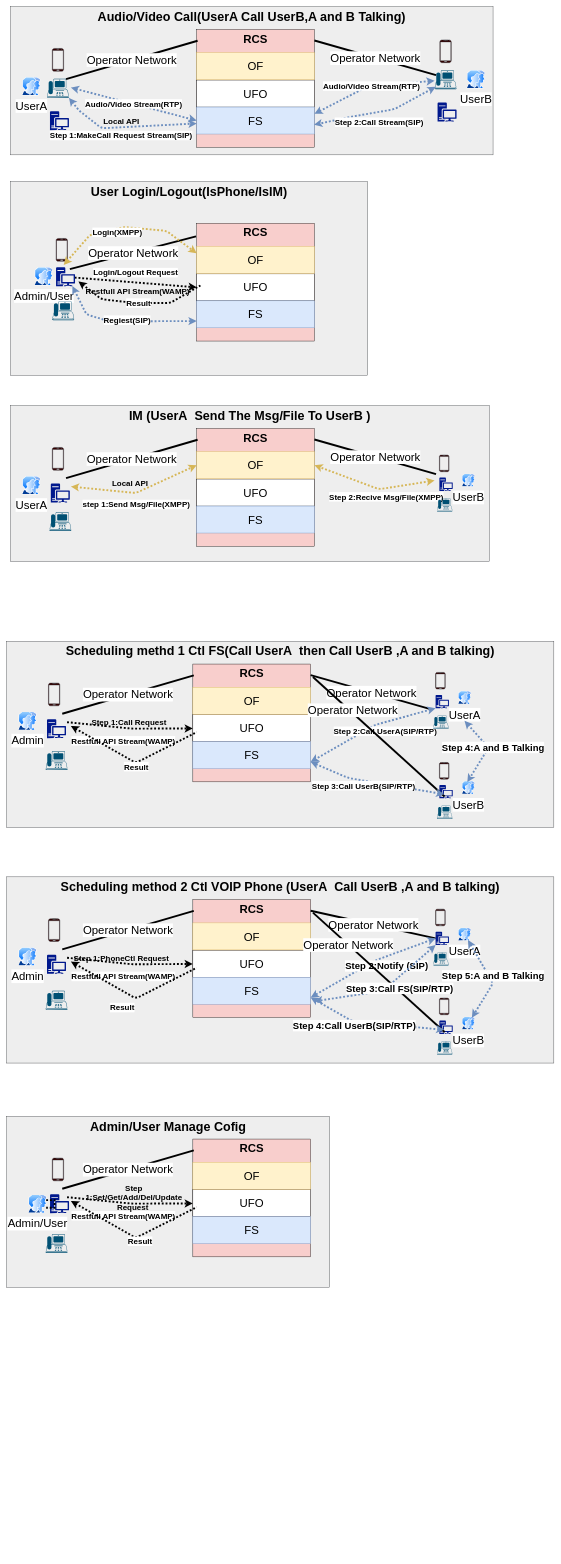
The draw.io diagram RCS 数据流图.drawio in uyuy2043/yy, before the edit. Source tidied: cells renumbered, new cells numbered last; positions are measured from the earlier drawing's top-left corner, leaving out a move shared by most shapes. Both pictures are drawn from the tidied source at 38%, with x=0, y=0 at pixel (6, 6).
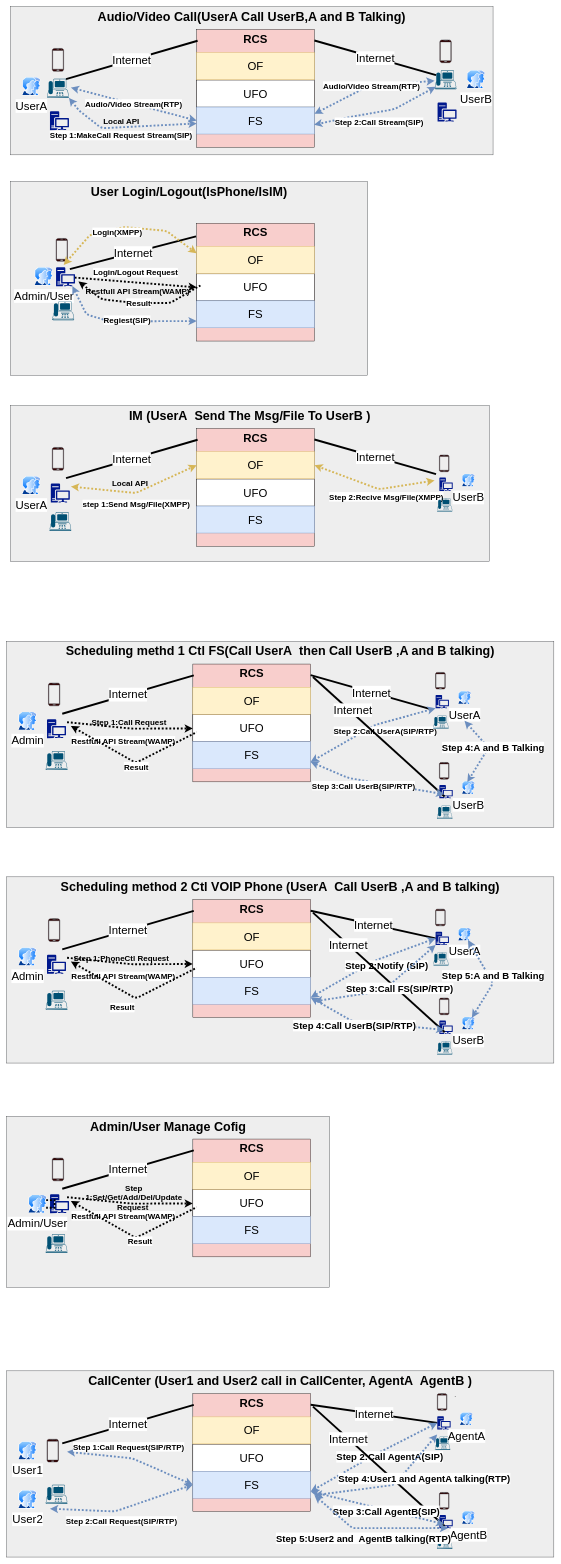
The same diagram, later.

Commit message (it also covers changes not shown here):
更新RCS 数据流图.drawio

The change refers to these unchanged cells:
```xml
<mxCell id="8" style="points=[[0.59,0,0],[0.87,0.015,0],[0.88,0.3,0],[0.99,0.99,0],[0.5,1,0],[0.01,0.99,0],[0.075,0.5,0],[0.17,0.115,0]];verticalLabelPosition=bottom;html=1;verticalAlign=top;align=center;shape=mxgraph.cisco19.ip_phone;fillColor=#005073;strokeColor=none;" parent="1" vertex="1">
  <mxGeometry x="106.2" y="190" width="57.5" height="50" as="geometry" />
</mxCell>
<mxCell id="14" value="RCS" style="whiteSpace=wrap;html=1;rounded=0;fillColor=#F8CECC;fontSize=30;align=center;fontStyle=1;verticalAlign=top;" parent="13" vertex="1">
  <mxGeometry width="310" height="310" as="geometry" />
</mxCell>
<mxCell id="22" style="points=[[0.59,0,0],[0.87,0.015,0],[0.88,0.3,0],[0.99,0.99,0],[0.5,1,0],[0.01,0.99,0],[0.075,0.5,0],[0.17,0.115,0]];verticalLabelPosition=bottom;html=1;verticalAlign=top;align=center;shape=mxgraph.cisco19.ip_phone;fillColor=#005073;strokeColor=none;" parent="1" vertex="1">
  <mxGeometry x="1126.2" y="167.5" width="57.5" height="50" as="geometry" />
</mxCell>
<mxCell id="29" value="RCS" style="whiteSpace=wrap;html=1;rounded=0;fillColor=#F8CECC;fontSize=30;align=center;fontStyle=1;verticalAlign=top;" parent="28" vertex="1">
  <mxGeometry width="310" height="310" as="geometry" />
</mxCell>
<mxCell id="40" value="RCS" style="whiteSpace=wrap;html=1;rounded=0;fillColor=#F8CECC;fontSize=30;align=center;fontStyle=1;verticalAlign=top;" parent="39" vertex="1">
  <mxGeometry width="310" height="310" as="geometry" />
</mxCell>
<mxCell id="65" value="RCS" style="whiteSpace=wrap;html=1;rounded=0;fillColor=#F8CECC;fontSize=30;align=center;fontStyle=1;verticalAlign=top;" parent="64" vertex="1">
  <mxGeometry width="310" height="310" as="geometry" />
</mxCell>
<mxCell id="87" value="RCS" style="whiteSpace=wrap;html=1;rounded=0;fillColor=#F8CECC;fontSize=30;align=center;fontStyle=1;verticalAlign=top;" parent="86" vertex="1">
  <mxGeometry width="310" height="310" as="geometry" />
</mxCell>
<mxCell id="97" style="shadow=0;dashed=0;html=1;strokeColor=none;labelPosition=center;verticalLabelPosition=bottom;verticalAlign=top;align=center;fillColor=#00188D;shape=mxgraph.mscae.enterprise.workstation_client;rounded=0;fontSize=30;" parent="94" vertex="1">
  <mxGeometry x="6.3" y="59.3" width="35.1" height="35.1" as="geometry" />
</mxCell>
<mxCell id="122" value="RCS" style="whiteSpace=wrap;html=1;rounded=0;fillColor=#F8CECC;fontSize=30;align=center;fontStyle=1;verticalAlign=top;" parent="121" vertex="1">
  <mxGeometry width="310" height="310" as="geometry" />
</mxCell>
```

Diff of the diagram source:
```diff
@@
-    <mxCell id="18" value="Operator Network" style="endArrow=none;html=1;strokeWidth=5;fontSize=30;entryX=0.008;entryY=0.096;entryDx=0;entryDy=0;entryPerimeter=0;exitX=0.87;exitY=0.015;exitDx=0;exitDy=0;exitPerimeter=0;" parent="1" edge="1" source="8" target="14">
+    <mxCell id="18" value="Internet" style="endArrow=none;html=1;strokeWidth=5;fontSize=30;entryX=0.008;entryY=0.096;entryDx=0;entryDy=0;entryPerimeter=0;exitX=0.87;exitY=0.015;exitDx=0;exitDy=0;exitPerimeter=0;" parent="1" edge="1" source="8" target="14">
       <mxGeometry relative="1" as="geometry" />
     </mxCell>
@@
-    <mxCell id="24" value="Operator Network" style="endArrow=none;html=1;strokeWidth=5;fontSize=30;entryX=1;entryY=0.094;entryDx=0;entryDy=0;entryPerimeter=0;exitX=0.065;exitY=0.25;exitDx=0;exitDy=0;exitPerimeter=0;" parent="1" edge="1" source="22" target="14">
+    <mxCell id="24" value="Internet" style="endArrow=none;html=1;strokeWidth=5;fontSize=30;entryX=1;entryY=0.094;entryDx=0;entryDy=0;entryPerimeter=0;exitX=0.065;exitY=0.25;exitDx=0;exitDy=0;exitPerimeter=0;" parent="1" edge="1" source="22" target="14">
       <mxGeometry relative="1" as="geometry" />
     </mxCell>
@@
-    <mxCell id="27" value="Operator Network" style="endArrow=none;html=1;strokeWidth=5;fontSize=30;entryX=-0.005;entryY=0.111;entryDx=0;entryDy=0;entryPerimeter=0;exitX=0.87;exitY=0.015;exitDx=0;exitDy=0;exitPerimeter=0;" parent="1" edge="1" target="29">
+    <mxCell id="27" value="Internet" style="endArrow=none;html=1;strokeWidth=5;fontSize=30;entryX=-0.005;entryY=0.111;entryDx=0;entryDy=0;entryPerimeter=0;exitX=0.87;exitY=0.015;exitDx=0;exitDy=0;exitPerimeter=0;" parent="1" edge="1" target="29">
       <mxGeometry relative="1" as="geometry">
         <mxPoint x="166.3" y="690.8" as="sourcePoint" />
       </mxGeometry>
     </mxCell>
@@
-    <mxCell id="44" value="Operator Network" style="endArrow=none;html=1;strokeWidth=5;fontSize=30;entryX=0.008;entryY=0.096;entryDx=0;entryDy=0;entryPerimeter=0;exitX=0.87;exitY=0.015;exitDx=0;exitDy=0;exitPerimeter=0;" parent="1" edge="1" target="40">
+    <mxCell id="44" value="Internet" style="endArrow=none;html=1;strokeWidth=5;fontSize=30;entryX=0.008;entryY=0.096;entryDx=0;entryDy=0;entryPerimeter=0;exitX=0.87;exitY=0.015;exitDx=0;exitDy=0;exitPerimeter=0;" parent="1" edge="1" target="40">
       <mxGeometry relative="1" as="geometry">
         <mxPoint x="146.3" y="1860.8" as="sourcePoint" />
       </mxGeometry>
     </mxCell>
-    <mxCell id="45" value="Operator Network" style="endArrow=none;html=1;strokeWidth=5;fontSize=30;entryX=1;entryY=0.094;entryDx=0;entryDy=0;entryPerimeter=0;exitX=0.065;exitY=0.25;exitDx=0;exitDy=0;exitPerimeter=0;" parent="1" edge="1" target="40">
+    <mxCell id="45" value="Internet" style="endArrow=none;html=1;strokeWidth=5;fontSize=30;entryX=1;entryY=0.094;entryDx=0;entryDy=0;entryPerimeter=0;exitX=0.065;exitY=0.25;exitDx=0;exitDy=0;exitPerimeter=0;" parent="1" edge="1" target="40">
       <mxGeometry relative="1" as="geometry">
         <mxPoint x="1120" y="1850" as="sourcePoint" />
       </mxGeometry>
     </mxCell>
@@
-    <mxCell id="57" value="Operator Network" style="endArrow=none;html=1;strokeWidth=5;fontSize=30;entryX=1;entryY=0.094;entryDx=0;entryDy=0;entryPerimeter=0;exitX=0.5;exitY=1;exitDx=0;exitDy=0;exitPerimeter=0;" parent="1" edge="1">
+    <mxCell id="57" value="Internet" style="endArrow=none;html=1;strokeWidth=5;fontSize=30;entryX=1;entryY=0.094;entryDx=0;entryDy=0;entryPerimeter=0;exitX=0.5;exitY=1;exitDx=0;exitDy=0;exitPerimeter=0;" parent="1" edge="1">
       <mxGeometry x="0.42" y="-6" relative="1" as="geometry">
         <mxPoint x="1152.4" y="2078.4" as="sourcePoint" />
         <mxPoint x="806" y="1764.1" as="targetPoint" />
       </mxGeometry>
     </mxCell>
@@
-    <mxCell id="69" value="Operator Network" style="endArrow=none;html=1;strokeWidth=5;fontSize=30;entryX=0.008;entryY=0.096;entryDx=0;entryDy=0;entryPerimeter=0;exitX=0.87;exitY=0.015;exitDx=0;exitDy=0;exitPerimeter=0;" parent="1" edge="1" target="65">
+    <mxCell id="69" value="Internet" style="endArrow=none;html=1;strokeWidth=5;fontSize=30;entryX=0.008;entryY=0.096;entryDx=0;entryDy=0;entryPerimeter=0;exitX=0.87;exitY=0.015;exitDx=0;exitDy=0;exitPerimeter=0;" parent="1" edge="1" target="65">
       <mxGeometry relative="1" as="geometry">
         <mxPoint x="156.3" y="1240.8" as="sourcePoint" />
       </mxGeometry>
     </mxCell>
-    <mxCell id="70" value="Operator Network" style="endArrow=none;html=1;strokeWidth=5;fontSize=30;entryX=1;entryY=0.094;entryDx=0;entryDy=0;entryPerimeter=0;exitX=0.065;exitY=0.25;exitDx=0;exitDy=0;exitPerimeter=0;" parent="1" edge="1" target="65">
+    <mxCell id="70" value="Internet" style="endArrow=none;html=1;strokeWidth=5;fontSize=30;entryX=1;entryY=0.094;entryDx=0;entryDy=0;entryPerimeter=0;exitX=0.065;exitY=0.25;exitDx=0;exitDy=0;exitPerimeter=0;" parent="1" edge="1" target="65">
       <mxGeometry relative="1" as="geometry">
         <mxPoint x="1130" y="1230" as="sourcePoint" />
       </mxGeometry>
     </mxCell>
@@
-    <mxCell id="91" value="Operator Network" style="endArrow=none;html=1;strokeWidth=5;fontSize=30;entryX=0.008;entryY=0.096;entryDx=0;entryDy=0;entryPerimeter=0;exitX=0.87;exitY=0.015;exitDx=0;exitDy=0;exitPerimeter=0;" parent="1" edge="1" target="87">
+    <mxCell id="91" value="Internet" style="endArrow=none;html=1;strokeWidth=5;fontSize=30;entryX=0.008;entryY=0.096;entryDx=0;entryDy=0;entryPerimeter=0;exitX=0.87;exitY=0.015;exitDx=0;exitDy=0;exitPerimeter=0;" parent="1" edge="1" target="87">
       <mxGeometry relative="1" as="geometry">
         <mxPoint x="146.3" y="2480.8" as="sourcePoint" />
       </mxGeometry>
     </mxCell>
-    <mxCell id="92" value="Operator Network" style="endArrow=none;html=1;strokeWidth=5;fontSize=30;entryX=1;entryY=0.094;entryDx=0;entryDy=0;entryPerimeter=0;exitX=0;exitY=0.5;exitDx=0;exitDy=0;exitPerimeter=0;" parent="1" edge="1" source="97" target="87">
+    <mxCell id="92" value="Internet" style="endArrow=none;html=1;strokeWidth=5;fontSize=30;entryX=1;entryY=0.094;entryDx=0;entryDy=0;entryPerimeter=0;exitX=0;exitY=0.5;exitDx=0;exitDy=0;exitPerimeter=0;" parent="1" edge="1" source="97" target="87">
       <mxGeometry relative="1" as="geometry" />
     </mxCell>
@@
-    <mxCell id="104" value="Operator Network" style="endArrow=none;html=1;strokeWidth=5;fontSize=30;entryX=1;entryY=0.094;entryDx=0;entryDy=0;entryPerimeter=0;exitX=0.5;exitY=1;exitDx=0;exitDy=0;exitPerimeter=0;" parent="1" edge="1">
+    <mxCell id="104" value="Internet" style="endArrow=none;html=1;strokeWidth=5;fontSize=30;entryX=1;entryY=0.094;entryDx=0;entryDy=0;entryPerimeter=0;exitX=0.5;exitY=1;exitDx=0;exitDy=0;exitPerimeter=0;" parent="1" edge="1">
       <mxGeometry x="0.46" relative="1" as="geometry">
         <mxPoint x="1152.4" y="2698.4" as="sourcePoint" />
         <mxPoint x="806" y="2384.1" as="targetPoint" />
         <mxPoint x="-1" as="offset" />
       </mxGeometry>
     </mxCell>
@@
-    <mxCell id="126" value="Operator Network" style="endArrow=none;html=1;strokeWidth=5;fontSize=30;entryX=0.008;entryY=0.096;entryDx=0;entryDy=0;entryPerimeter=0;exitX=0.87;exitY=0.015;exitDx=0;exitDy=0;exitPerimeter=0;" parent="1" edge="1" target="122">
+    <mxCell id="126" value="Internet" style="endArrow=none;html=1;strokeWidth=5;fontSize=30;entryX=0.008;entryY=0.096;entryDx=0;entryDy=0;entryPerimeter=0;exitX=0.87;exitY=0.015;exitDx=0;exitDy=0;exitPerimeter=0;" parent="1" edge="1" target="122">
       <mxGeometry relative="1" as="geometry">
         <mxPoint x="146.3" y="3110.8" as="sourcePoint" />
       </mxGeometry>
     </mxCell>
@@
+    <mxCell id="133" value="CallCenter (User1 and User2 call in CallCenter, AgentA&amp;nbsp; AgentB )" style="rounded=0;whiteSpace=wrap;html=1;fillColor=#eeeeee;strokeColor=#36393d;horizontal=1;align=center;verticalAlign=top;fontSize=33;fontStyle=1;" parent="1" vertex="1">
+      <mxGeometry y="3590" width="1440" height="490" as="geometry" />
+    </mxCell>
+    <mxCell id="134" style="verticalLabelPosition=bottom;verticalAlign=top;html=1;shadow=0;dashed=0;strokeWidth=1;shape=mxgraph.android.phone2;strokeColor=#36393d;fillColor=#330000;" parent="1" vertex="1">
+      <mxGeometry x="106.2" y="3770" width="30" height="60" as="geometry" />
+    </mxCell>
+    <mxCell id="135" value="User1" style="perimeter=ellipsePerimeter;html=1;align=center;shadow=0;dashed=0;spacingTop=3;image;image=img/lib/active_directory/user_accounts.svg;fillColor=#330000;fontSize=30;" parent="1" vertex="1">
+      <mxGeometry x="30" y="3775.8" width="50" height="48.5" as="geometry" />
+    </mxCell>
+    <mxCell id="136" value="User2" style="perimeter=ellipsePerimeter;html=1;align=center;shadow=0;dashed=0;spacingTop=3;image;image=img/lib/active_directory/user_accounts.svg;fillColor=#330000;fontSize=30;" parent="1" vertex="1">
+      <mxGeometry x="30" y="3904.2" width="50" height="48.5" as="geometry" />
+    </mxCell>
+    <mxCell id="137" style="perimeter=ellipsePerimeter;html=1;align=center;shadow=0;dashed=0;spacingTop=3;image;image=img/lib/active_directory/user_accounts.svg;fillColor=#330000;fontSize=30;" parent="1" vertex="1">
+      <mxGeometry x="30" y="3904.2" width="50" height="48.5" as="geometry" />
+    </mxCell>
+    <mxCell id="138" value="Step 1:Call Request(SIP/RTP)" style="endArrow=classic;html=1;fontSize=21;strokeWidth=5;exitX=1.091;exitY=0.46;exitDx=0;exitDy=0;exitPerimeter=0;startArrow=classic;startFill=1;dashed=1;dashPattern=1 1;fontStyle=1;entryX=0;entryY=0.5;entryDx=0;entryDy=0;fillColor=#dae8fc;strokeColor=#6c8ebf;" parent="1" edge="1" target="142">
+      <mxGeometry x="-0.08" y="29" relative="1" as="geometry">
+        <mxPoint x="159" y="3803" as="sourcePoint" />
+        <Array as="points">
+          <mxPoint x="330" y="3820" />
+        </Array>
+        <mxPoint x="1" as="offset" />
+      </mxGeometry>
+    </mxCell>
+    <mxCell id="139" style="group;" parent="1" vertex="1">
+      <mxGeometry x="490" y="3650" width="310" height="310" as="geometry" />
+    </mxCell>
+    <mxCell id="140" value="RCS" style="whiteSpace=wrap;html=1;rounded=0;fillColor=#F8CECC;fontSize=30;align=center;fontStyle=1;verticalAlign=top;" parent="139" vertex="1">
+      <mxGeometry width="310" height="310" as="geometry" />
+    </mxCell>
+    <mxCell id="141" value="UFO" style="rounded=0;whiteSpace=wrap;html=1;fontSize=30;align=center;" parent="139" vertex="1">
+      <mxGeometry y="133.2" width="310" height="71" as="geometry" />
+    </mxCell>
+    <mxCell id="142" value="FS" style="rounded=0;whiteSpace=wrap;html=1;fillColor=#dae8fc;fontSize=30;align=center;strokeColor=#6c8ebf;" parent="139" vertex="1">
+      <mxGeometry y="204.2" width="310" height="71" as="geometry" />
+    </mxCell>
+    <mxCell id="143" value="OF" style="rounded=0;whiteSpace=wrap;html=1;fillColor=#fff2cc;fontSize=30;align=center;strokeColor=#d6b656;" parent="139" vertex="1">
+      <mxGeometry y="61.2" width="310" height="71" as="geometry" />
+    </mxCell>
+    <mxCell id="144" value="Internet" style="endArrow=none;html=1;strokeWidth=5;fontSize=30;entryX=0.008;entryY=0.096;entryDx=0;entryDy=0;entryPerimeter=0;exitX=0.87;exitY=0.015;exitDx=0;exitDy=0;exitPerimeter=0;" parent="1" edge="1" target="140">
+      <mxGeometry relative="1" as="geometry">
+        <mxPoint x="146.3" y="3780.8" as="sourcePoint" />
+      </mxGeometry>
+    </mxCell>
+    <mxCell id="145" value="Internet" style="endArrow=none;html=1;strokeWidth=5;fontSize=30;entryX=1;entryY=0.094;entryDx=0;entryDy=0;entryPerimeter=0;exitX=0;exitY=0.5;exitDx=0;exitDy=0;exitPerimeter=0;" parent="1" edge="1" source="150" target="140">
+      <mxGeometry relative="1" as="geometry" />
+    </mxCell>
+    <mxCell id="146" value="Step 2:Call AgentA(SIP)" style="endArrow=classic;html=1;fontSize=25;strokeWidth=5;startArrow=classic;startFill=1;dashed=1;dashPattern=1 1;fontStyle=1;entryX=1;entryY=0.75;entryDx=0;entryDy=0;fillColor=#dae8fc;strokeColor=#6c8ebf;exitX=0;exitY=0.5;exitDx=0;exitDy=0;exitPerimeter=0;" parent="1" edge="1" source="150" target="142">
+      <mxGeometry x="-0.2" y="23" relative="1" as="geometry">
+        <Array as="points">
+          <mxPoint x="970" y="3810" />
+        </Array>
+      </mxGeometry>
+    </mxCell>
+    <mxCell id="147" value="`" style="group;" parent="1" vertex="1">
+      <mxGeometry x="1127" y="3650" width="107.5" height="150" as="geometry" />
+    </mxCell>
+    <mxCell id="148" value="AgentA" style="perimeter=ellipsePerimeter;html=1;align=center;shadow=0;dashed=0;spacingTop=3;image;image=img/lib/active_directory/user_accounts.svg;fillColor=#330000;fontSize=30;" parent="147" vertex="1">
+      <mxGeometry x="65.3" y="49.4" width="35.1" height="34.1" as="geometry" />
+    </mxCell>
+    <mxCell id="149" style="verticalLabelPosition=bottom;verticalAlign=top;html=1;shadow=0;dashed=0;strokeWidth=1;shape=mxgraph.android.phone2;strokeColor=#36393d;fillColor=#330000;" parent="147" vertex="1">
+      <mxGeometry x="6.3" width="25.3" height="43.9" as="geometry" />
+    </mxCell>
+    <mxCell id="150" style="shadow=0;dashed=0;html=1;strokeColor=none;labelPosition=center;verticalLabelPosition=bottom;verticalAlign=top;align=center;fillColor=#00188D;shape=mxgraph.mscae.enterprise.workstation_client;rounded=0;fontSize=30;" parent="147" vertex="1">
+      <mxGeometry x="6.3" y="59.3" width="35.1" height="35.1" as="geometry" />
+    </mxCell>
+    <mxCell id="151" style="points=[[0.59,0,0],[0.87,0.015,0],[0.88,0.3,0],[0.99,0.99,0],[0.5,1,0],[0.01,0.99,0],[0.075,0.5,0],[0.17,0.115,0]];verticalLabelPosition=bottom;html=1;verticalAlign=top;align=center;shape=mxgraph.cisco19.ip_phone;fillColor=#005073;strokeColor=none;" parent="147" vertex="1">
+      <mxGeometry y="113.4" width="40.4" height="35.1" as="geometry" />
+    </mxCell>
+    <mxCell id="152" style="group;" parent="1" vertex="1">
+      <mxGeometry x="1132.5" y="3910" width="107.5" height="150" as="geometry" />
+    </mxCell>
+    <mxCell id="153" value="AgentB" style="perimeter=ellipsePerimeter;html=1;align=center;shadow=0;dashed=0;spacingTop=3;image;image=img/lib/active_directory/user_accounts.svg;fillColor=#330000;fontSize=30;" parent="152" vertex="1">
+      <mxGeometry x="65.3" y="49.4" width="35.1" height="34.1" as="geometry" />
+    </mxCell>
+    <mxCell id="154" style="verticalLabelPosition=bottom;verticalAlign=top;html=1;shadow=0;dashed=0;strokeWidth=1;shape=mxgraph.android.phone2;strokeColor=#36393d;fillColor=#330000;" parent="152" vertex="1">
+      <mxGeometry x="6.3" width="25.3" height="43.9" as="geometry" />
+    </mxCell>
+    <mxCell id="155" style="shadow=0;dashed=0;html=1;strokeColor=none;labelPosition=center;verticalLabelPosition=bottom;verticalAlign=top;align=center;fillColor=#00188D;shape=mxgraph.mscae.enterprise.workstation_client;rounded=0;fontSize=30;" parent="152" vertex="1">
+      <mxGeometry x="6.3" y="59.3" width="35.1" height="35.1" as="geometry" />
+    </mxCell>
+    <mxCell id="156" style="verticalLabelPosition=bottom;html=1;verticalAlign=top;align=center;shape=mxgraph.cisco19.ip_phone;fillColor=#005073;strokeColor=none;" parent="152" vertex="1">
+      <mxGeometry y="113.4" width="40.4" height="35.1" as="geometry" />
+    </mxCell>
+    <mxCell id="157" value="Internet" style="endArrow=none;html=1;strokeWidth=5;fontSize=30;entryX=1;entryY=0.094;entryDx=0;entryDy=0;entryPerimeter=0;exitX=0.5;exitY=1;exitDx=0;exitDy=0;exitPerimeter=0;" parent="1" edge="1">
+      <mxGeometry x="0.46" relative="1" as="geometry">
+        <mxPoint x="1152.4" y="3998.4" as="sourcePoint" />
+        <mxPoint x="806" y="3684.1" as="targetPoint" />
+        <mxPoint x="-1" as="offset" />
+      </mxGeometry>
+    </mxCell>
+    <mxCell id="158" value="Step 3:Call AgentB(SIP)" style="endArrow=classic;html=1;fontSize=25;strokeWidth=5;entryX=1;entryY=0.75;entryDx=0;entryDy=0;startArrow=classic;startFill=1;dashed=1;dashPattern=1 1;fontStyle=1;exitX=0.366;exitY=0.695;exitDx=0;exitDy=0;exitPerimeter=0;fillColor=#dae8fc;strokeColor=#6c8ebf;" parent="1" edge="1" source="155" target="142">
+      <mxGeometry x="-0.14" y="3" relative="1" as="geometry" />
+    </mxCell>
+    <mxCell id="159" value="Step 2:Call Request(SIP/RTP)" style="endArrow=classic;html=1;fontSize=21;strokeWidth=5;exitX=1.091;exitY=0.46;exitDx=0;exitDy=0;exitPerimeter=0;startArrow=classic;startFill=1;dashed=1;dashPattern=1 1;fontStyle=1;endFill=1;fillColor=#dae8fc;strokeColor=#6c8ebf;entryX=0;entryY=0.5;entryDx=0;entryDy=0;" parent="1" edge="1" target="142">
+      <mxGeometry x="-0.01" y="-30" relative="1" as="geometry">
+        <mxPoint x="114" y="3952.8" as="sourcePoint" />
+        <Array as="points">
+          <mxPoint x="285" y="3960" />
+        </Array>
+        <mxPoint x="-12" y="3" as="offset" />
+      </mxGeometry>
+    </mxCell>
+    <mxCell id="160" style="verticalLabelPosition=bottom;html=1;verticalAlign=top;align=center;shape=mxgraph.cisco19.ip_phone;fillColor=#005073;strokeColor=none;" parent="1" vertex="1">
+      <mxGeometry x="102.5" y="3890" width="57.5" height="50" as="geometry" />
+    </mxCell>
+    <mxCell id="161" value="Step 4:User1 and AgentA talking(RTP)" style="endArrow=classic;html=1;fontSize=25;strokeWidth=5;entryX=1;entryY=0.75;entryDx=0;entryDy=0;startArrow=classic;startFill=1;dashed=1;dashPattern=1 1;fontStyle=1;exitX=0.144;exitY=-0.173;exitDx=0;exitDy=0;exitPerimeter=0;fillColor=#dae8fc;strokeColor=#6c8ebf;" parent="1" edge="1" source="151">
+      <mxGeometry x="-0.43" y="49" relative="1" as="geometry">
+        <mxPoint x="810" y="3917.5" as="targetPoint" />
+        <Array as="points">
+          <mxPoint x="1020" y="3890" />
+        </Array>
+      </mxGeometry>
+    </mxCell>
+    <mxCell id="162" value="Step 5:User2 and&amp;nbsp; AgentB talking(RTP)" style="endArrow=classic;html=1;fontSize=25;strokeWidth=5;entryX=1;entryY=0.75;entryDx=0;entryDy=0;startArrow=classic;startFill=1;dashed=1;dashPattern=1 1;fontStyle=1;exitX=0.366;exitY=0.695;exitDx=0;exitDy=0;exitPerimeter=0;fillColor=#dae8fc;strokeColor=#6c8ebf;" parent="1" edge="1">
+      <mxGeometry x="0.16" y="26" relative="1" as="geometry">
+        <mxPoint x="1161.7" y="4003.7" as="sourcePoint" />
+        <mxPoint x="810" y="3917.5" as="targetPoint" />
+        <Array as="points">
+          <mxPoint x="910" y="4004" />
+        </Array>
+      </mxGeometry>
+    </mxCell>
```
